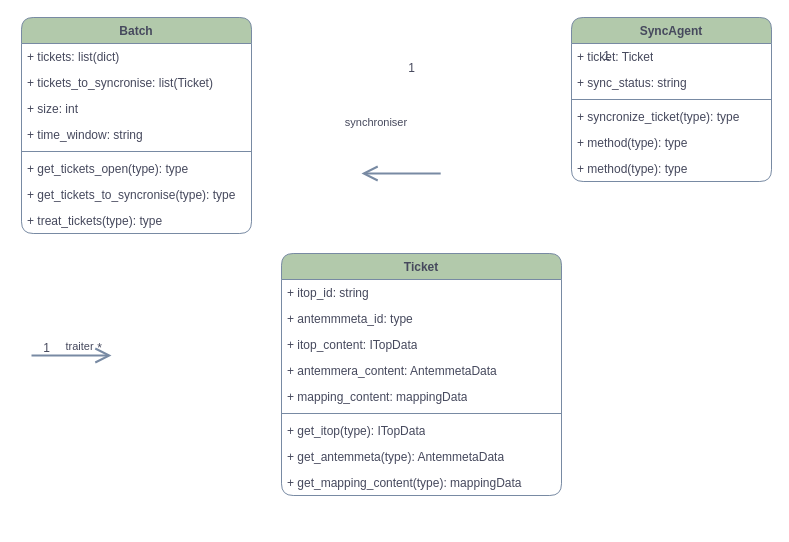
Earlier version of the draw.io diagram connecteur-itop-antemmeta.drawio (eha1661/draw.io). Source tidied: cells renumbered, new cells numbered last; positions are measured from the earlier drawing's top-left corner, leaving out a move shared by most shapes. Both pictures are drawn from the tidied source at 100%, with x=0, y=0 at pixel (21, 17).
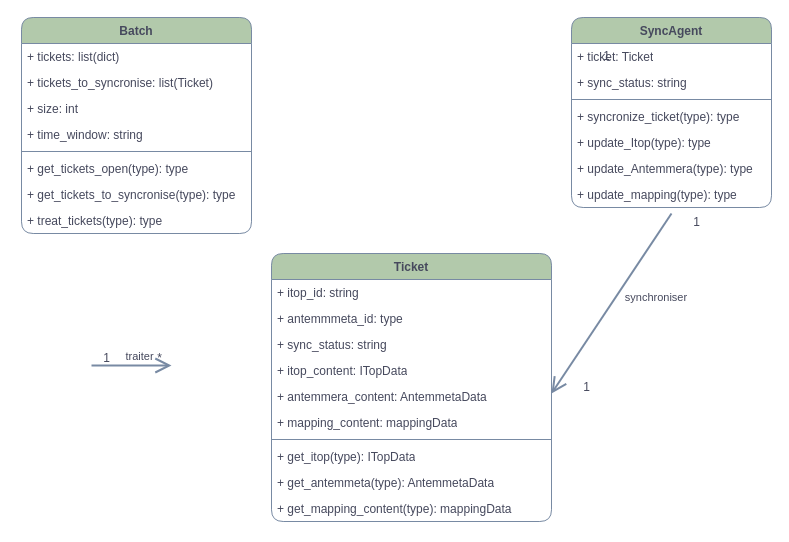
The same page after the edit.

Commit message:
Mettre à jour connecteur-itop-antemmeta.drawio

Change to the diagram source:
```diff
@@
     <mxCell id="2" value="Ticket" style="swimlane;fontStyle=1;align=center;verticalAlign=top;horizontal=1;startSize=26;whiteSpace=wrap;html=1;labelBackgroundColor=none;rounded=1;fillColor=#B2C9AB;strokeColor=#788AA3;fontColor=#46495D;" parent="1" vertex="1">
-      <mxGeometry x="260" y="236" width="280" height="242" as="geometry" />
+      <mxGeometry x="250" y="236" width="280" height="268" as="geometry" />
     </mxCell>
@@
+    <mxCell id="37" value="+ sync_status: string" style="text;strokeColor=none;fillColor=none;align=left;verticalAlign=top;spacingLeft=4;spacingRight=4;overflow=hidden;whiteSpace=wrap;html=1;labelBackgroundColor=none;rounded=1;fontColor=#46495D;" parent="2" vertex="1">
+      <mxGeometry y="78" width="280" height="26" as="geometry" />
+    </mxCell>
     <mxCell id="5" value="+ itop_content: ITopData" style="text;strokeColor=none;fillColor=none;align=left;verticalAlign=top;spacingLeft=4;spacingRight=4;overflow=hidden;whiteSpace=wrap;html=1;labelBackgroundColor=none;rounded=1;fontColor=#46495D;" parent="2" vertex="1">
-      <mxGeometry y="78" width="280" height="26" as="geometry" />
+      <mxGeometry y="104" width="280" height="26" as="geometry" />
     </mxCell>
     <mxCell id="6" value="+ antemmera_content: AntemmetaData" style="text;strokeColor=none;fillColor=none;align=left;verticalAlign=top;spacingLeft=4;spacingRight=4;overflow=hidden;whiteSpace=wrap;html=1;labelBackgroundColor=none;rounded=1;fontColor=#46495D;" parent="2" vertex="1">
-      <mxGeometry y="104" width="280" height="26" as="geometry" />
+      <mxGeometry y="130" width="280" height="26" as="geometry" />
     </mxCell>
     <mxCell id="7" value="+ mapping_content: mappingData" style="text;strokeColor=none;fillColor=none;align=left;verticalAlign=top;spacingLeft=4;spacingRight=4;overflow=hidden;whiteSpace=wrap;html=1;labelBackgroundColor=none;rounded=1;fontColor=#46495D;" parent="2" vertex="1">
-      <mxGeometry y="130" width="280" height="26" as="geometry" />
+      <mxGeometry y="156" width="280" height="26" as="geometry" />
     </mxCell>
     <mxCell id="8" style="line;strokeWidth=1;fillColor=none;align=left;verticalAlign=middle;spacingTop=-1;spacingLeft=3;spacingRight=3;labelPosition=right;labelBackgroundColor=none;rounded=1;strokeColor=#788AA3;fontColor=#46495D;" parent="2" vertex="1">
-      <mxGeometry y="156" width="280" height="8" as="geometry" />
+      <mxGeometry y="182" width="280" height="8" as="geometry" />
     </mxCell>
     <mxCell id="9" value="+ get_itop(type): ITopData" style="text;strokeColor=none;fillColor=none;align=left;verticalAlign=top;spacingLeft=4;spacingRight=4;overflow=hidden;whiteSpace=wrap;html=1;labelBackgroundColor=none;rounded=1;fontColor=#46495D;" parent="2" vertex="1">
-      <mxGeometry y="164" width="280" height="26" as="geometry" />
+      <mxGeometry y="190" width="280" height="26" as="geometry" />
     </mxCell>
     <mxCell id="10" value="+ get_antemmeta(type): AntemmetaData" style="text;strokeColor=none;fillColor=none;align=left;verticalAlign=top;spacingLeft=4;spacingRight=4;overflow=hidden;whiteSpace=wrap;html=1;labelBackgroundColor=none;rounded=1;fontColor=#46495D;" parent="2" vertex="1">
-      <mxGeometry y="190" width="280" height="26" as="geometry" />
+      <mxGeometry y="216" width="280" height="26" as="geometry" />
     </mxCell>
     <mxCell id="11" value="+ get_mapping_content(type): mappingData" style="text;strokeColor=none;fillColor=none;align=left;verticalAlign=top;spacingLeft=4;spacingRight=4;overflow=hidden;whiteSpace=wrap;html=1;labelBackgroundColor=none;rounded=1;fontColor=#46495D;" parent="2" vertex="1">
-      <mxGeometry y="216" width="280" height="26" as="geometry" />
+      <mxGeometry y="242" width="280" height="26" as="geometry" />
     </mxCell>
@@
     <mxCell id="21" value="SyncAgent" style="swimlane;fontStyle=1;align=center;verticalAlign=top;horizontal=1;startSize=26;whiteSpace=wrap;html=1;strokeColor=#788AA3;fontColor=#46495D;fillColor=#B2C9AB;labelBackgroundColor=none;rounded=1;" parent="1" vertex="1">
-      <mxGeometry x="550" width="200" height="164" as="geometry" />
+      <mxGeometry x="550" width="200" height="190" as="geometry" />
     </mxCell>
@@
-    <mxCell id="26" value="+ method(type): type" style="text;strokeColor=none;fillColor=none;align=left;verticalAlign=top;spacingLeft=4;spacingRight=4;overflow=hidden;whiteSpace=wrap;html=1;fontColor=#46495D;labelBackgroundColor=none;rounded=1;" parent="21" vertex="1">
+    <mxCell id="26" value="+ update_Itop(type): type" style="text;strokeColor=none;fillColor=none;align=left;verticalAlign=top;spacingLeft=4;spacingRight=4;overflow=hidden;whiteSpace=wrap;html=1;fontColor=#46495D;labelBackgroundColor=none;rounded=1;" parent="21" vertex="1">
       <mxGeometry y="112" width="200" height="26" as="geometry" />
     </mxCell>
-    <mxCell id="27" value="+ method(type): type" style="text;strokeColor=none;fillColor=none;align=left;verticalAlign=top;spacingLeft=4;spacingRight=4;overflow=hidden;whiteSpace=wrap;html=1;fontColor=#46495D;labelBackgroundColor=none;rounded=1;" parent="21" vertex="1">
+    <mxCell id="27" value="+ update_Antemmera(type): type" style="text;strokeColor=none;fillColor=none;align=left;verticalAlign=top;spacingLeft=4;spacingRight=4;overflow=hidden;whiteSpace=wrap;html=1;fontColor=#46495D;labelBackgroundColor=none;rounded=1;" parent="21" vertex="1">
       <mxGeometry y="138" width="200" height="26" as="geometry" />
     </mxCell>
+    <mxCell id="38" value="+ update_mapping(type): type" style="text;strokeColor=none;fillColor=none;align=left;verticalAlign=top;spacingLeft=4;spacingRight=4;overflow=hidden;whiteSpace=wrap;html=1;fontColor=#46495D;labelBackgroundColor=none;rounded=1;" parent="21" vertex="1">
+      <mxGeometry y="164" width="200" height="26" as="geometry" />
+    </mxCell>
     <mxCell id="28" style="group;" parent="1" vertex="1">
-      <mxGeometry x="10" y="316" width="80" height="30" as="geometry" />
+      <mxGeometry x="70" y="326" width="80" height="30" as="geometry" />
     </mxCell>
@@
     <mxCell id="33" style="endArrow=open;endFill=1;endSize=12;html=1;rounded=0;strokeColor=#788AA3;fontColor=#46495D;fillColor=#B2C9AB;strokeWidth=2;" parent="1" edge="1">
       <mxGeometry relative="1" as="geometry">
-        <mxPoint x="419.2" y="156" as="sourcePoint" />
-        <mxPoint x="340" y="156" as="targetPoint" />
+        <mxPoint x="650" y="196" as="sourcePoint" />
+        <mxPoint x="530" y="376" as="targetPoint" />
       </mxGeometry>
     </mxCell>
     <mxCell id="34" value="synchroniser&amp;nbsp;" style="edgeLabel;html=1;align=center;verticalAlign=middle;fontColor=#46495D;" parent="1" vertex="1">
-      <mxGeometry x="350" y="106" as="geometry">
+      <mxGeometry x="630" y="281" as="geometry">
         <mxPoint x="5" y="-2" as="offset" />
       </mxGeometry>
     </mxCell>
@@
     <mxCell id="36" value="1" style="text;html=1;align=center;verticalAlign=middle;strokeColor=none;fillColor=none;fontColor=#46495D;" parent="1" vertex="1">
-      <mxGeometry x="375" y="36" width="30" height="30" as="geometry" />
+      <mxGeometry x="660" y="190" width="30" height="30" as="geometry" />
     </mxCell>
+    <mxCell id="39" value="1" style="text;html=1;align=center;verticalAlign=middle;strokeColor=none;fillColor=none;fontColor=#46495D;" parent="1" vertex="1">
+      <mxGeometry x="550" y="355" width="30" height="30" as="geometry" />
+    </mxCell>
```
